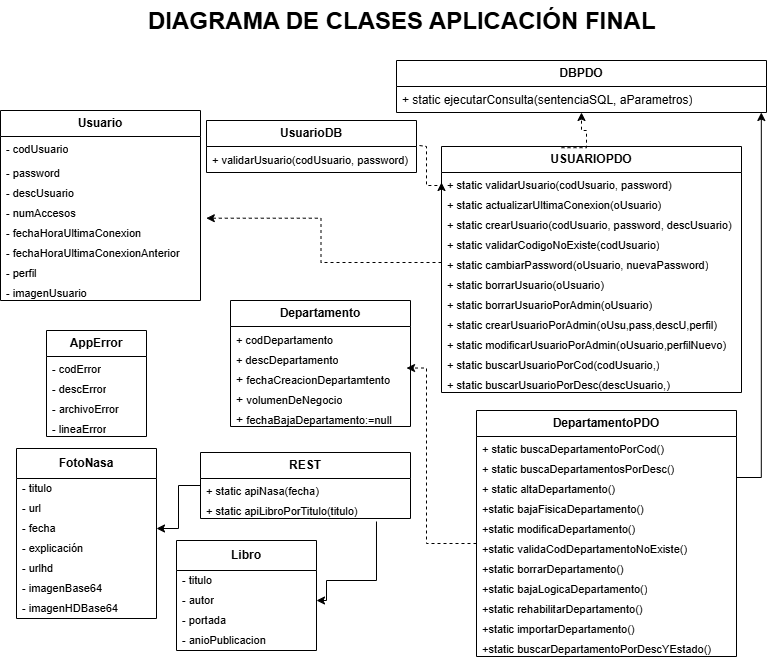
Before: webroot/images/DiagramaClasesAppFinal4.png, a diagram exported from draw.io (verogmayo/VGDWESAplicacionFinal). Source tidied: cells renumbered, new cells last; positions are measured from the earlier drawing's top-left corner, leaving out a move shared by most shapes.
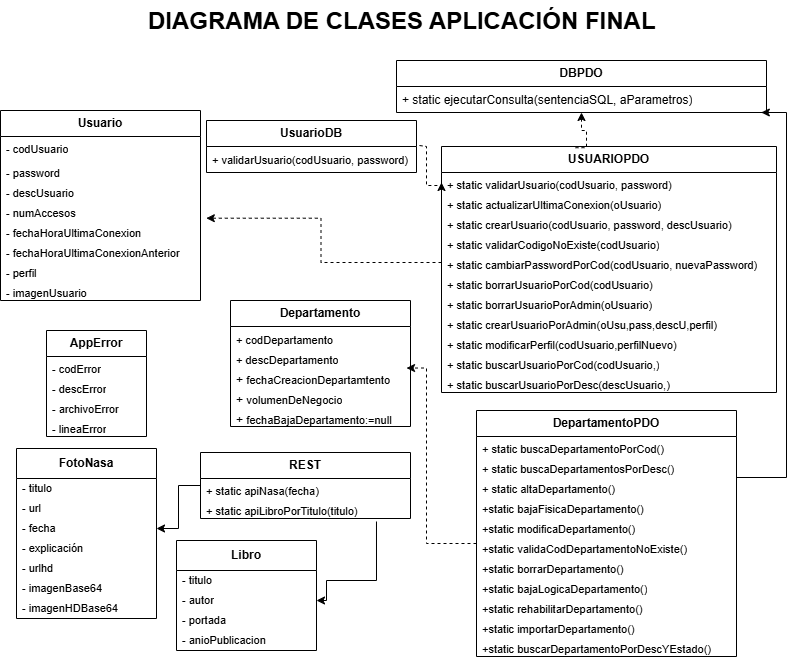
The same file after the commit.

Diff of the diagram source:
```diff
@@ -9,40 +9,40 @@
       <mxGeometry y="26" width="370" height="26" as="geometry" />
     </mxCell>
     <mxCell id="4" value="&lt;b&gt;USUARIOPDO&lt;/b&gt;" style="swimlane;fontStyle=0;horizontal=1;startSize=26;fillColor=none;whiteSpace=wrap;html=1;" parent="1" vertex="1">
-      <mxGeometry x="441" y="146" width="300" height="246" as="geometry" />
+      <mxGeometry x="441" y="146" width="335" height="246" as="geometry" />
     </mxCell>
     <mxCell id="5" value="+ static validarUsuario(codUsuario, password)" style="text;strokeColor=none;fillColor=none;align=left;verticalAlign=top;spacingLeft=4;spacingRight=4;overflow=hidden;points=[[0,0.5],[1,0.5]];portConstraint=eastwest;whiteSpace=wrap;html=1;fontSize=11;" parent="4" vertex="1">
-      <mxGeometry y="26" width="300" height="20" as="geometry" />
+      <mxGeometry y="26" width="335" height="20" as="geometry" />
     </mxCell>
     <mxCell id="6" value="+ static&amp;nbsp;actualizarUltimaConexion(oUsuario)" style="text;strokeColor=none;fillColor=none;align=left;verticalAlign=top;spacingLeft=4;spacingRight=4;overflow=hidden;whiteSpace=wrap;html=1;fontSize=11;" parent="4" vertex="1">
-      <mxGeometry y="46" width="300" height="20" as="geometry" />
+      <mxGeometry y="46" width="335" height="20" as="geometry" />
     </mxCell>
     <mxCell id="7" value="+ static&amp;nbsp;crearUsuario(codUsuario, password, descUsuario)" style="text;strokeColor=none;fillColor=none;align=left;verticalAlign=top;spacingLeft=4;spacingRight=4;overflow=hidden;whiteSpace=wrap;html=1;fontSize=11;" parent="4" vertex="1">
-      <mxGeometry y="66" width="300" height="20" as="geometry" />
+      <mxGeometry y="66" width="335" height="20" as="geometry" />
     </mxCell>
     <mxCell id="8" value="+ static&amp;nbsp;validarCodigoNoExiste(codUsuario)" style="text;strokeColor=none;fillColor=none;align=left;verticalAlign=top;spacingLeft=4;spacingRight=4;overflow=hidden;whiteSpace=wrap;html=1;fontSize=11;" parent="4" vertex="1">
-      <mxGeometry y="86" width="300" height="20" as="geometry" />
+      <mxGeometry y="86" width="335" height="20" as="geometry" />
     </mxCell>
-    <mxCell id="9" value="+ static&amp;nbsp;cambiarPassword(oUsuario, nuevaPassword)" style="text;strokeColor=none;fillColor=none;align=left;verticalAlign=top;spacingLeft=4;spacingRight=4;overflow=hidden;points=[[0,0.5],[1,0.5]];portConstraint=eastwest;whiteSpace=wrap;html=1;fontSize=11;" parent="4" vertex="1">
-      <mxGeometry y="106" width="300" height="20" as="geometry" />
-    </mxCell>
-    <mxCell id="10" value="+ static&amp;nbsp;borrarUsuario(oUsuario)" style="text;strokeColor=none;fillColor=none;align=left;verticalAlign=top;spacingLeft=4;spacingRight=4;overflow=hidden;whiteSpace=wrap;html=1;fontSize=11;" parent="4" vertex="1">
-      <mxGeometry y="126" width="300" height="20" as="geometry" />
-    </mxCell>
+    <mxCell id="74" value="+ static&amp;nbsp;cambiarPasswordPorCod(codUsuario, nuevaPassword)" style="text;strokeColor=none;fillColor=none;align=left;verticalAlign=top;spacingLeft=4;spacingRight=4;overflow=hidden;points=[[0,0.5],[1,0.5]];portConstraint=eastwest;whiteSpace=wrap;html=1;fontSize=11;" parent="4" vertex="1">
+      <mxGeometry y="106" width="335" height="20" as="geometry" />
+    </mxCell>
+    <mxCell id="75" value="+ static&amp;nbsp;borrarUsuarioPorCod(codUsuario)" style="text;strokeColor=none;fillColor=none;align=left;verticalAlign=top;spacingLeft=4;spacingRight=4;overflow=hidden;whiteSpace=wrap;html=1;fontSize=11;" parent="4" vertex="1">
+      <mxGeometry y="126" width="335" height="20" as="geometry" />
+    </mxCell>
     <mxCell id="11" value="+ static&amp;nbsp;borrarUsuarioPorAdmin(oUsuario)" style="text;strokeColor=none;fillColor=none;align=left;verticalAlign=top;spacingLeft=4;spacingRight=4;overflow=hidden;whiteSpace=wrap;html=1;fontSize=11;" parent="4" vertex="1">
-      <mxGeometry y="146" width="300" height="20" as="geometry" />
+      <mxGeometry y="146" width="335" height="20" as="geometry" />
     </mxCell>
     <mxCell id="12" value="+ static crearUsuarioPorAdmin(oUsu,pass,descU,perfil)" style="text;strokeColor=none;fillColor=none;align=left;verticalAlign=top;spacingLeft=4;spacingRight=4;overflow=hidden;whiteSpace=wrap;html=1;fontSize=11;" parent="4" vertex="1">
-      <mxGeometry y="166" width="300" height="20" as="geometry" />
+      <mxGeometry y="166" width="335" height="20" as="geometry" />
     </mxCell>
-    <mxCell id="13" value="+ static modificarUsuarioPorAdmin(oUsuario,perfilNuevo)" style="text;strokeColor=none;fillColor=none;align=left;verticalAlign=top;spacingLeft=4;spacingRight=4;overflow=hidden;whiteSpace=wrap;html=1;fontSize=11;" parent="4" vertex="1">
-      <mxGeometry y="186" width="300" height="20" as="geometry" />
-    </mxCell>
+    <mxCell id="76" value="+ static modificarPerfil(codUsuario,perfilNuevo)" style="text;strokeColor=none;fillColor=none;align=left;verticalAlign=top;spacingLeft=4;spacingRight=4;overflow=hidden;whiteSpace=wrap;html=1;fontSize=11;" parent="4" vertex="1">
+      <mxGeometry y="186" width="335" height="20" as="geometry" />
+    </mxCell>
     <mxCell id="14" value="+ static buscarUsuarioPorCod(codUsuario,)" style="text;strokeColor=none;fillColor=none;align=left;verticalAlign=top;spacingLeft=4;spacingRight=4;overflow=hidden;whiteSpace=wrap;html=1;fontSize=11;" parent="4" vertex="1">
-      <mxGeometry y="206" width="300" height="20" as="geometry" />
+      <mxGeometry y="206" width="335" height="20" as="geometry" />
     </mxCell>
     <mxCell id="15" value="+ static buscarUsuarioPorDesc(descUsuario,)" style="text;strokeColor=none;fillColor=none;align=left;verticalAlign=top;spacingLeft=4;spacingRight=4;overflow=hidden;whiteSpace=wrap;html=1;fontSize=11;" parent="4" vertex="1">
-      <mxGeometry y="226" width="300" height="20" as="geometry" />
+      <mxGeometry y="226" width="335" height="20" as="geometry" />
     </mxCell>
     <mxCell id="16" value="&lt;b&gt;Usuario&lt;/b&gt;" style="swimlane;fontStyle=0;horizontal=1;startSize=26;fillColor=none;whiteSpace=wrap;html=1;" parent="1" vertex="1">
       <mxGeometry y="110" width="200" height="190" as="geometry" />
@@ -71,9 +71,9 @@
     <mxCell id="24" value="- imagenUsuario" style="text;strokeColor=none;fillColor=none;align=left;verticalAlign=top;spacingLeft=4;spacingRight=4;overflow=hidden;whiteSpace=wrap;html=1;fontSize=11;" parent="16" vertex="1">
       <mxGeometry y="170" width="200" height="20" as="geometry" />
     </mxCell>
-    <mxCell id="25" style="edgeStyle=orthogonalEdgeStyle;rounded=0;jettySize=auto;html=1;entryX=1.029;entryY=-0.115;entryDx=0;entryDy=0;entryPerimeter=0;dashed=1;" parent="1" edge="1" source="9" target="21">
-      <mxGeometry relative="1" as="geometry" />
-    </mxCell>
+    <mxCell id="77" style="edgeStyle=orthogonalEdgeStyle;rounded=0;jettySize=auto;html=1;entryX=1.029;entryY=-0.115;entryDx=0;entryDy=0;entryPerimeter=0;dashed=1;" parent="1" edge="1" source="74" target="21">
+      <mxGeometry relative="1" as="geometry" />
+    </mxCell>
     <mxCell id="26" value="&lt;b&gt;&lt;font style=&quot;font-size: 12px;&quot;&gt;AppError&lt;/font&gt;&lt;/b&gt;" style="swimlane;fontStyle=0;horizontal=1;startSize=26;fillColor=none;whiteSpace=wrap;html=1;fontSize=11;" parent="1" vertex="1">
       <mxGeometry x="46" y="330" width="100" height="106" as="geometry" />
     </mxCell>
@@ -143,7 +143,8 @@
     <mxCell id="43" style="edgeStyle=orthogonalEdgeStyle;rounded=0;jettySize=auto;html=1;entryX=0.986;entryY=1;entryDx=0;entryDy=0;entryPerimeter=0;" parent="1" edge="1" source="44" target="3">
       <mxGeometry relative="1" as="geometry">
         <Array as="points">
-          <mxPoint x="761" y="477" />
+          <mxPoint x="786" y="477" />
+          <mxPoint x="786" y="112" />
         </Array>
       </mxGeometry>
     </mxCell>
@@ -186,9 +187,9 @@
     <mxCell id="56" value="&lt;b&gt;&lt;font style=&quot;font-size: 12px;&quot;&gt;FotoNasa&lt;/font&gt;&lt;/b&gt;" style="swimlane;fontStyle=0;horizontal=1;startSize=30;whiteSpace=wrap;html=1;fontSize=11;" parent="1" vertex="1">
       <mxGeometry x="16" y="448" width="140" height="170" as="geometry" />
     </mxCell>
-    <mxCell id="57" value="&lt;font style=&quot;font-size: 11px;&quot;&gt;- titulo&lt;/font&gt;" style="text;strokeColor=none;fillColor=none;align=left;verticalAlign=middle;spacingLeft=4;spacingRight=4;overflow=hidden;whiteSpace=wrap;html=1;" parent="56" vertex="1">
-      <mxGeometry y="30" width="140" height="20" as="geometry" />
-    </mxCell>
+    <mxCell id="78" value="&lt;font style=&quot;font-size: 11px;&quot;&gt;- titulo&lt;/font&gt;" style="text;strokeColor=none;fillColor=none;align=left;verticalAlign=middle;spacingLeft=4;spacingRight=4;overflow=hidden;whiteSpace=wrap;html=1;" parent="56" vertex="1">
+      <mxGeometry y="30" width="140" height="20" as="geometry" />
+    </mxCell>
     <mxCell id="58" value="- url" style="text;strokeColor=none;fillColor=none;align=left;verticalAlign=middle;spacingLeft=4;spacingRight=4;overflow=hidden;whiteSpace=wrap;html=1;fontSize=11;" parent="56" vertex="1">
       <mxGeometry y="50" width="140" height="20" as="geometry" />
     </mxCell>
@@ -231,9 +232,9 @@
     <mxCell id="69" value="&lt;b&gt;&lt;font style=&quot;font-size: 12px;&quot;&gt;Libro&lt;/font&gt;&lt;/b&gt;" style="swimlane;fontStyle=0;horizontal=1;startSize=30;whiteSpace=wrap;html=1;fontSize=11;" parent="1" vertex="1">
       <mxGeometry x="176" y="540" width="140" height="110" as="geometry" />
     </mxCell>
-    <mxCell id="70" value="&lt;font style=&quot;font-size: 11px;&quot;&gt;- titulo&lt;/font&gt;" style="text;strokeColor=none;fillColor=none;align=left;verticalAlign=middle;spacingLeft=4;spacingRight=4;overflow=hidden;whiteSpace=wrap;html=1;" parent="69" vertex="1">
-      <mxGeometry y="30" width="140" height="20" as="geometry" />
-    </mxCell>
+    <mxCell id="79" value="&lt;font style=&quot;font-size: 11px;&quot;&gt;- titulo&lt;/font&gt;" style="text;strokeColor=none;fillColor=none;align=left;verticalAlign=middle;spacingLeft=4;spacingRight=4;overflow=hidden;whiteSpace=wrap;html=1;" parent="69" vertex="1">
+      <mxGeometry y="30" width="140" height="20" as="geometry" />
+    </mxCell>
     <mxCell id="71" value="- autor" style="text;strokeColor=none;fillColor=none;align=left;verticalAlign=middle;spacingLeft=4;spacingRight=4;overflow=hidden;points=[[0,0.5],[1,0.5]];portConstraint=eastwest;whiteSpace=wrap;html=1;fontSize=11;" parent="69" vertex="1">
       <mxGeometry y="50" width="140" height="20" as="geometry" />
     </mxCell>
```
